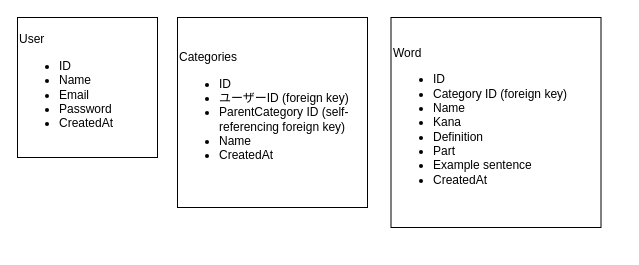
Earlier version of the draw.io diagram drawio/db.drawio (Takuyawe/flashCardApp). Source tidied: cells renumbered, new cells numbered last; positions are measured from the earlier drawing's top-left corner, leaving out a move shared by most shapes. Both pictures are drawn from the tidied source at 100%, with x=0, y=0 at pixel (17, 17).
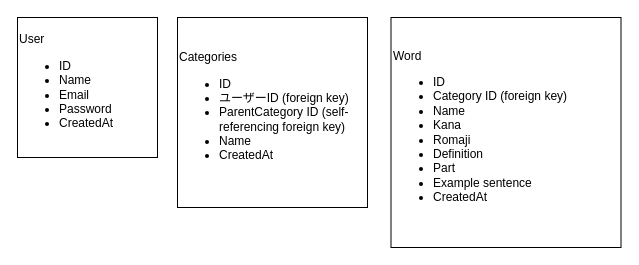
After the change.

The edit, as a diff of the source:
```diff
@@
 <mxGraphModel>
   <root>
     <mxCell id="0" />
     <mxCell id="1" parent="0" />
     <mxCell id="2" value="&lt;div&gt;User&lt;/div&gt;&lt;ul&gt;&lt;li&gt;ID&lt;/li&gt;&lt;li&gt;Name&lt;/li&gt;&lt;li&gt;Email&lt;/li&gt;&lt;li&gt;Password&lt;/li&gt;&lt;li&gt;CreatedAt&lt;/li&gt;&lt;/ul&gt;" style="whiteSpace=wrap;html=1;align=left;" parent="1" vertex="1">
       <mxGeometry width="140" height="140" as="geometry" />
     </mxCell>
     <mxCell id="3" value="&lt;div&gt;Categories&lt;/div&gt;&lt;ul&gt;&lt;li&gt;ID&lt;/li&gt;&lt;li&gt;ユーザーID (foreign key)&lt;/li&gt;&lt;li&gt;ParentCategory ID (self-referencing foreign key)&lt;/li&gt;&lt;li&gt;Name&lt;/li&gt;&lt;li&gt;CreatedAt&lt;/li&gt;&lt;/ul&gt;" style="whiteSpace=wrap;html=1;align=left;" parent="1" vertex="1">
       <mxGeometry x="160" width="190" height="190" as="geometry" />
     </mxCell>
-    <mxCell id="4" value="&lt;div&gt;Word&lt;/div&gt;&lt;ul&gt;&lt;li&gt;ID&lt;/li&gt;&lt;li&gt;Category ID (foreign key)&lt;/li&gt;&lt;li&gt;Name&lt;/li&gt;&lt;li&gt;Kana&lt;/li&gt;&lt;li&gt;Definition&lt;/li&gt;&lt;li&gt;Part&lt;/li&gt;&lt;li&gt;Example sentence&lt;/li&gt;&lt;li&gt;CreatedAt&lt;/li&gt;&lt;/ul&gt;" style="whiteSpace=wrap;html=1;align=left;" parent="1" vertex="1">
-      <mxGeometry x="373.5" width="210" height="210" as="geometry" />
+    <mxCell id="4" value="&lt;div&gt;Word&lt;/div&gt;&lt;ul&gt;&lt;li&gt;ID&lt;/li&gt;&lt;li&gt;Category ID (foreign key)&lt;/li&gt;&lt;li&gt;Name&lt;/li&gt;&lt;li&gt;Kana&lt;/li&gt;&lt;li&gt;Romaji&lt;/li&gt;&lt;li&gt;Definition&lt;/li&gt;&lt;li&gt;Part&lt;/li&gt;&lt;li&gt;Example sentence&lt;/li&gt;&lt;li&gt;CreatedAt&lt;/li&gt;&lt;/ul&gt;" style="whiteSpace=wrap;html=1;align=left;" parent="1" vertex="1">
+      <mxGeometry x="373.5" width="230" height="230" as="geometry" />
     </mxCell>
   </root>
 </mxGraphModel>
```
